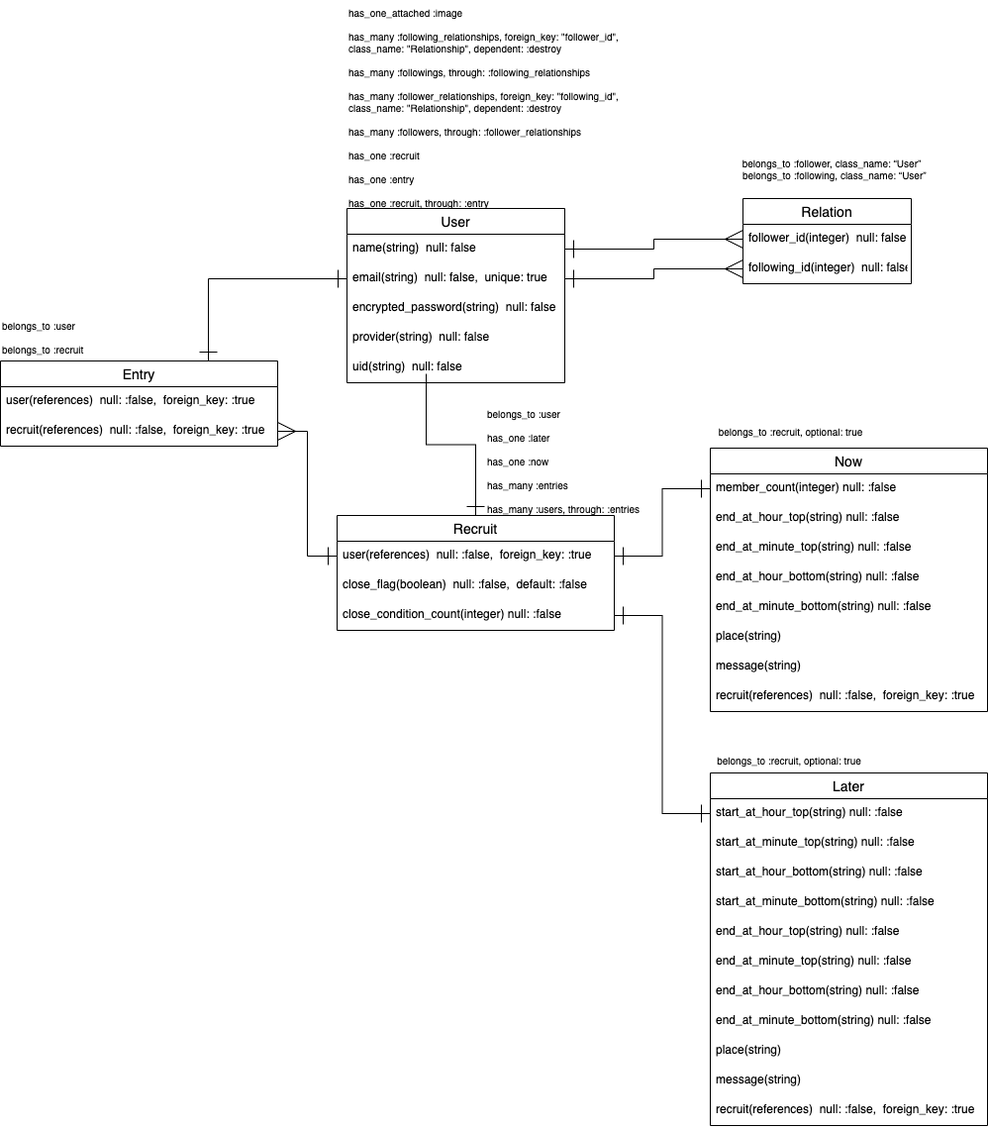
Earlier version of the draw.io export er.drawio.png (moriken4320/instakt). Source tidied: cells renumbered, new cells last; positions are measured from the earlier drawing's top-left corner, leaving out a move shared by most shapes.
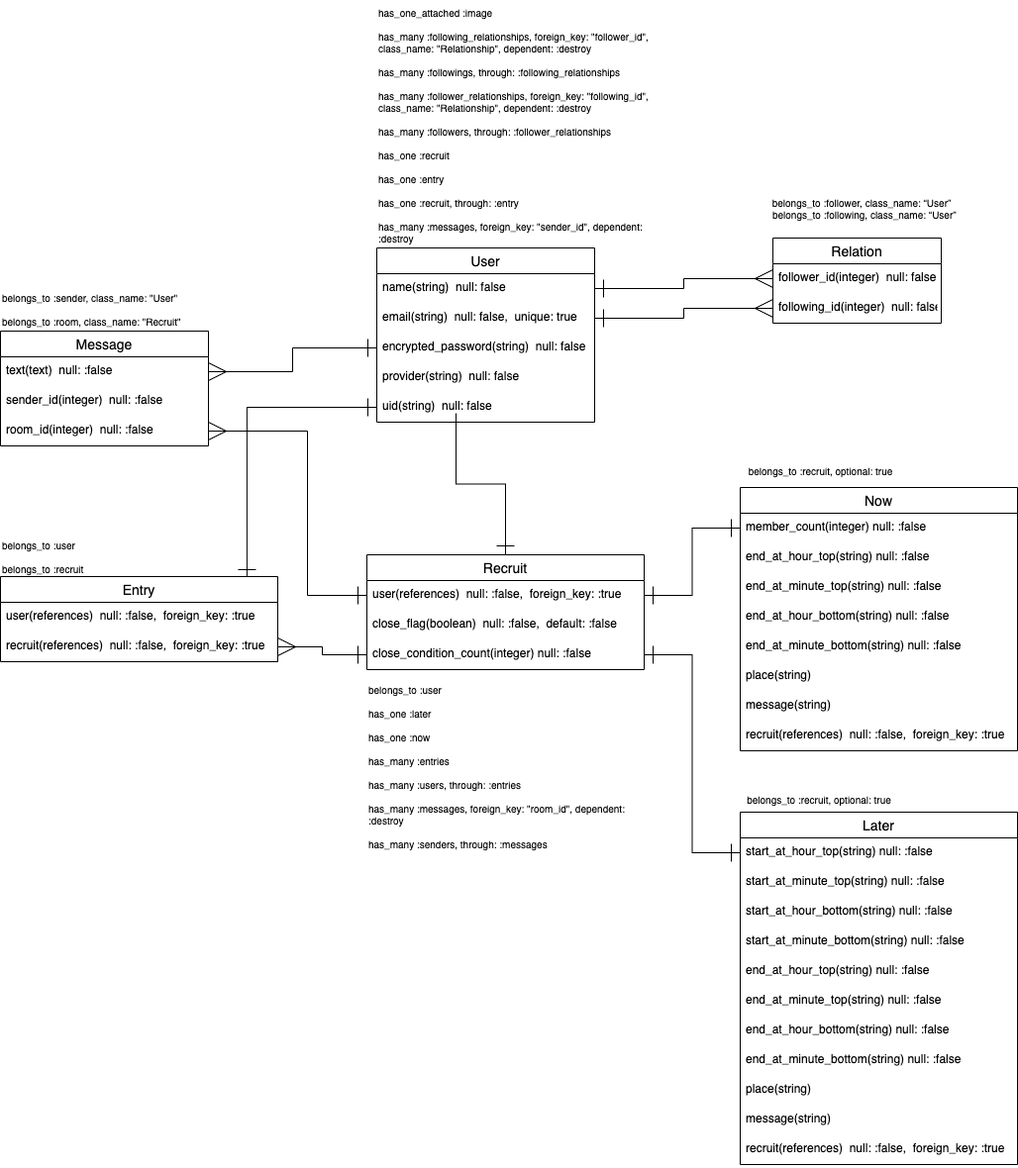
The same diagram one commit later.

Commit message:
メッセージのER図作成

The edit, as a diff of the source:
```diff
@@ -2,8 +2,8 @@
   <root>
     <mxCell id="0" />
     <mxCell id="1" parent="0" />
-    <mxCell id="2" value="has_one_attached :image&lt;br style=&quot;font-size: 10px&quot;&gt;&lt;br style=&quot;font-size: 10px&quot;&gt;&lt;div style=&quot;font-size: 10px&quot;&gt;has_many :following_relationships, foreign_key: &quot;follower_id&quot;,&amp;nbsp;&lt;/div&gt;&lt;div style=&quot;font-size: 10px&quot;&gt;class_name: &quot;Relationship&quot;, dependent: :destroy&lt;/div&gt;&lt;div style=&quot;font-size: 10px&quot;&gt;&lt;br style=&quot;font-size: 10px&quot;&gt;&lt;/div&gt;&lt;div style=&quot;font-size: 10px&quot;&gt;has_many :followings, through: :following_relationships&lt;/div&gt;&lt;div style=&quot;font-size: 10px&quot;&gt;&lt;br style=&quot;font-size: 10px&quot;&gt;&lt;/div&gt;&lt;div style=&quot;font-size: 10px&quot;&gt;has_many :follower_relationships, foreign_key: &quot;following_id&quot;,&amp;nbsp;&lt;/div&gt;&lt;div style=&quot;font-size: 10px&quot;&gt;class_name: &quot;Relationship&quot;, dependent: :destroy&lt;/div&gt;&lt;div style=&quot;font-size: 10px&quot;&gt;&lt;br style=&quot;font-size: 10px&quot;&gt;&lt;/div&gt;&lt;div style=&quot;font-size: 10px&quot;&gt;has_many :followers, through: :follower_relationships&lt;/div&gt;&lt;div style=&quot;font-size: 10px&quot;&gt;&lt;br&gt;&lt;/div&gt;&lt;div style=&quot;font-size: 10px&quot;&gt;has_one :recruit&lt;/div&gt;&lt;div style=&quot;font-size: 10px&quot;&gt;&lt;br&gt;&lt;/div&gt;&lt;div style=&quot;font-size: 10px&quot;&gt;has_one :entry&lt;/div&gt;&lt;div style=&quot;font-size: 10px&quot;&gt;&lt;br&gt;&lt;/div&gt;&lt;div style=&quot;font-size: 10px&quot;&gt;has_one :recruit, through: :entry&lt;/div&gt;" style="text;html=1;strokeColor=none;fillColor=none;align=left;verticalAlign=top;whiteSpace=wrap;rounded=0;fontSize=10;" parent="1" vertex="1">
-      <mxGeometry x="350" width="285" height="210" as="geometry" />
+    <mxCell id="2" value="has_one_attached :image&lt;br style=&quot;font-size: 10px&quot;&gt;&lt;br style=&quot;font-size: 10px&quot;&gt;&lt;div style=&quot;font-size: 10px&quot;&gt;has_many :following_relationships, foreign_key: &quot;follower_id&quot;,&amp;nbsp;&lt;/div&gt;&lt;div style=&quot;font-size: 10px&quot;&gt;class_name: &quot;Relationship&quot;, dependent: :destroy&lt;/div&gt;&lt;div style=&quot;font-size: 10px&quot;&gt;&lt;br style=&quot;font-size: 10px&quot;&gt;&lt;/div&gt;&lt;div style=&quot;font-size: 10px&quot;&gt;has_many :followings, through: :following_relationships&lt;/div&gt;&lt;div style=&quot;font-size: 10px&quot;&gt;&lt;br style=&quot;font-size: 10px&quot;&gt;&lt;/div&gt;&lt;div style=&quot;font-size: 10px&quot;&gt;has_many :follower_relationships, foreign_key: &quot;following_id&quot;,&amp;nbsp;&lt;/div&gt;&lt;div style=&quot;font-size: 10px&quot;&gt;class_name: &quot;Relationship&quot;, dependent: :destroy&lt;/div&gt;&lt;div style=&quot;font-size: 10px&quot;&gt;&lt;br style=&quot;font-size: 10px&quot;&gt;&lt;/div&gt;&lt;div style=&quot;font-size: 10px&quot;&gt;has_many :followers, through: :follower_relationships&lt;/div&gt;&lt;div style=&quot;font-size: 10px&quot;&gt;&lt;br&gt;&lt;/div&gt;&lt;div style=&quot;font-size: 10px&quot;&gt;has_one :recruit&lt;/div&gt;&lt;div style=&quot;font-size: 10px&quot;&gt;&lt;br&gt;&lt;/div&gt;&lt;div style=&quot;font-size: 10px&quot;&gt;has_one :entry&lt;/div&gt;&lt;div style=&quot;font-size: 10px&quot;&gt;&lt;br&gt;&lt;/div&gt;&lt;div style=&quot;font-size: 10px&quot;&gt;has_one :recruit, through: :entry&lt;/div&gt;&lt;div style=&quot;font-size: 10px&quot;&gt;&lt;br&gt;&lt;/div&gt;&lt;div style=&quot;font-size: 10px&quot;&gt;has_many :messages&lt;span&gt;, foreign_key: &quot;sender_id&quot;&lt;/span&gt;&lt;span&gt;, dependent: :destroy&lt;/span&gt;&lt;/div&gt;" style="text;html=1;strokeColor=none;fillColor=none;align=left;verticalAlign=top;whiteSpace=wrap;rounded=0;fontSize=10;" parent="1" vertex="1">
+      <mxGeometry x="350" y="-40" width="285" height="250" as="geometry" />
     </mxCell>
     <mxCell id="3" style="edgeStyle=orthogonalEdgeStyle;rounded=0;jettySize=auto;html=1;exitX=1;exitY=0.5;exitDx=0;exitDy=0;entryX=0;entryY=0.5;entryDx=0;entryDy=0;endArrow=ERmany;endFill=0;endSize=16;startSize=16;startArrow=ERone;startFill=0;" parent="1" edge="1" source="16" target="11">
       <mxGeometry relative="1" as="geometry" />
@@ -34,8 +34,8 @@
     <mxCell id="11" value="following_id(integer)  null: false" style="text;strokeColor=none;fillColor=none;spacingLeft=4;spacingRight=4;overflow=hidden;points=[[0,0.5],[1,0.5]];portConstraint=eastwest;fontSize=12;" parent="9" vertex="1">
       <mxGeometry y="56" width="170" height="30" as="geometry" />
     </mxCell>
-    <mxCell id="12" value="&lt;div&gt;belongs_to :user&lt;/div&gt;&lt;div&gt;&lt;br&gt;&lt;/div&gt;&lt;div&gt;has_one :later&lt;/div&gt;&lt;div&gt;&lt;br&gt;&lt;/div&gt;has_one :now&lt;br&gt;&lt;br&gt;has_many :entries&lt;br&gt;&lt;br&gt;has_many :users, through: :entries" style="text;html=1;strokeColor=none;fillColor=none;align=left;verticalAlign=middle;whiteSpace=wrap;rounded=0;fontSize=10;" parent="1" vertex="1">
-      <mxGeometry x="490" y="410" width="160" height="110" as="geometry" />
+    <mxCell id="12" value="&lt;div&gt;belongs_to :user&lt;/div&gt;&lt;div&gt;&lt;br&gt;&lt;/div&gt;&lt;div&gt;has_one :later&lt;/div&gt;&lt;div&gt;&lt;br&gt;&lt;/div&gt;has_one :now&lt;br&gt;&lt;br&gt;has_many :entries&lt;br&gt;&lt;br&gt;has_many :users, through: :entries&lt;br&gt;&lt;br&gt;has_many :messages, foreign_key: &quot;room_id&quot;, dependent: :destroy&lt;br&gt;&lt;br&gt;has_many :senders, through: :messages" style="text;html=1;strokeColor=none;fillColor=none;align=left;verticalAlign=top;whiteSpace=wrap;rounded=0;fontSize=10;" parent="1" vertex="1">
+      <mxGeometry x="340" y="644" width="280" height="176" as="geometry" />
     </mxCell>
     <mxCell id="13" value="&lt;div&gt;belongs_to :recruit, optional: true&lt;/div&gt;" style="text;html=1;strokeColor=none;fillColor=none;align=center;verticalAlign=middle;whiteSpace=wrap;rounded=0;fontSize=10;" parent="1" vertex="1">
       <mxGeometry x="717" y="420" width="163" height="30" as="geometry" />
@@ -61,10 +61,14 @@
     <mxCell id="20" value="&lt;div&gt;belongs_to :recruit, optional: true&lt;/div&gt;" style="text;html=1;strokeColor=none;fillColor=none;align=center;verticalAlign=middle;whiteSpace=wrap;rounded=0;fontSize=10;" parent="1" vertex="1">
       <mxGeometry x="717" y="754" width="160" height="26" as="geometry" />
     </mxCell>
-    <mxCell id="21" style="edgeStyle=orthogonalEdgeStyle;rounded=0;jettySize=auto;html=1;exitX=0.75;exitY=0;exitDx=0;exitDy=0;startArrow=ERone;startFill=0;endArrow=ERone;endFill=0;endSize=16;startSize=16;" parent="1" edge="1" source="44" target="16">
-      <mxGeometry relative="1" as="geometry" />
+    <mxCell id="21" style="edgeStyle=orthogonalEdgeStyle;rounded=0;jettySize=auto;html=1;exitX=0.889;exitY=0.023;exitDx=0;exitDy=0;startArrow=ERone;startFill=0;endArrow=ERone;endFill=0;endSize=16;startSize=16;entryX=0;entryY=0.5;entryDx=0;entryDy=0;exitPerimeter=0;" parent="1" edge="1" source="44" target="19">
+      <mxGeometry relative="1" as="geometry">
+        <Array as="points">
+          <mxPoint x="219" y="371" />
+        </Array>
+      </mxGeometry>
     </mxCell>
-    <mxCell id="22" style="edgeStyle=orthogonalEdgeStyle;rounded=0;jettySize=auto;html=1;exitX=1;exitY=0.5;exitDx=0;exitDy=0;entryX=0;entryY=0.5;entryDx=0;entryDy=0;endSize=16;startSize=16;startArrow=ERmany;startFill=0;endArrow=ERone;endFill=0;" parent="1" edge="1" source="46" target="48">
+    <mxCell id="22" style="edgeStyle=orthogonalEdgeStyle;rounded=0;jettySize=auto;html=1;exitX=1;exitY=0.5;exitDx=0;exitDy=0;entryX=0;entryY=0.5;entryDx=0;entryDy=0;endSize=16;startSize=16;startArrow=ERmany;startFill=0;endArrow=ERone;endFill=0;" parent="1" edge="1" source="46" target="50">
       <mxGeometry relative="1" as="geometry" />
     </mxCell>
     <mxCell id="23" value="Now" style="swimlane;fontStyle=0;horizontal=1;startSize=26;align=center;fontSize=14;" parent="1" vertex="1">
@@ -131,7 +135,7 @@
       <mxGeometry y="326" width="280" height="30" as="geometry" />
     </mxCell>
     <mxCell id="44" value="Entry" style="swimlane;fontStyle=0;horizontal=1;startSize=26;align=center;fontSize=14;" parent="1" vertex="1">
-      <mxGeometry y="364" width="280" height="86" as="geometry" />
+      <mxGeometry x="-30" y="542" width="280" height="86" as="geometry" />
     </mxCell>
     <mxCell id="45" value="user(references)  null: :false,  foreign_key: :true" style="text;strokeColor=none;fillColor=none;spacingLeft=4;spacingRight=4;overflow=hidden;fontSize=12;" parent="44" vertex="1">
       <mxGeometry y="26" width="280" height="30" as="geometry" />
@@ -152,7 +156,33 @@
       <mxGeometry y="86" width="280" height="30" as="geometry" />
     </mxCell>
     <mxCell id="51" value="&lt;div&gt;belongs_to :user&lt;/div&gt;&lt;div&gt;&lt;br&gt;&lt;/div&gt;&lt;div&gt;belongs_to :recruit&lt;/div&gt;" style="text;html=1;strokeColor=none;fillColor=none;align=left;verticalAlign=middle;whiteSpace=wrap;rounded=0;fontSize=10;" parent="1" vertex="1">
-      <mxGeometry y="320" width="90" height="40" as="geometry" />
+      <mxGeometry x="-30" y="502" width="90" height="40" as="geometry" />
     </mxCell>
+    <mxCell id="52" value="Message" style="swimlane;fontStyle=0;horizontal=1;startSize=26;align=center;fontSize=14;" parent="1" vertex="1">
+      <mxGeometry x="-30" y="294" width="210" height="116" as="geometry" />
+    </mxCell>
+    <mxCell id="53" value="text(text)  null: :false" style="text;strokeColor=none;fillColor=none;spacingLeft=4;spacingRight=4;overflow=hidden;points=[[0,0.5],[1,0.5]];portConstraint=eastwest;fontSize=12;" parent="52" vertex="1">
+      <mxGeometry y="26" width="210" height="30" as="geometry" />
+    </mxCell>
+    <mxCell id="54" value="sender_id(integer)  null: :false" style="text;strokeColor=none;fillColor=none;spacingLeft=4;spacingRight=4;overflow=hidden;fontSize=12;" parent="52" vertex="1">
+      <mxGeometry y="56" width="210" height="30" as="geometry" />
+    </mxCell>
+    <mxCell id="55" value="room_id(integer)  null: :false" style="text;strokeColor=none;fillColor=none;spacingLeft=4;spacingRight=4;overflow=hidden;points=[[0,0.5],[1,0.5]];portConstraint=eastwest;fontSize=12;" parent="52" vertex="1">
+      <mxGeometry y="86" width="210" height="30" as="geometry" />
+    </mxCell>
+    <mxCell id="56" style="edgeStyle=orthogonalEdgeStyle;rounded=0;jettySize=auto;html=1;exitX=1;exitY=0.5;exitDx=0;exitDy=0;entryX=0;entryY=0.5;entryDx=0;entryDy=0;endSize=16;startSize=16;startArrow=ERmany;startFill=0;endArrow=ERone;endFill=0;" parent="1" edge="1" source="53" target="17">
+      <mxGeometry relative="1" as="geometry" />
+    </mxCell>
+    <mxCell id="57" style="edgeStyle=orthogonalEdgeStyle;rounded=0;jettySize=auto;html=1;exitX=1;exitY=0.5;exitDx=0;exitDy=0;entryX=0;entryY=0.5;entryDx=0;entryDy=0;startArrow=ERmany;startFill=0;endArrow=ERone;endFill=0;endSize=16;startSize=16;" parent="1" edge="1" source="55" target="48">
+      <mxGeometry relative="1" as="geometry">
+        <Array as="points">
+          <mxPoint x="280" y="395" />
+          <mxPoint x="280" y="561" />
+        </Array>
+      </mxGeometry>
+    </mxCell>
+    <mxCell id="58" value="&lt;div&gt;belongs_to :sender, class_name: &quot;User&quot;&lt;/div&gt;&lt;div&gt;&lt;br&gt;&lt;/div&gt;&lt;div&gt;belongs_to :room, class_name: &quot;Recruit&quot;&lt;/div&gt;" style="text;html=1;strokeColor=none;fillColor=none;align=left;verticalAlign=middle;whiteSpace=wrap;rounded=0;fontSize=10;" parent="1" vertex="1">
+      <mxGeometry x="-30" y="250" width="210" height="44" as="geometry" />
+    </mxCell>
   </root>
 </mxGraphModel>
```
